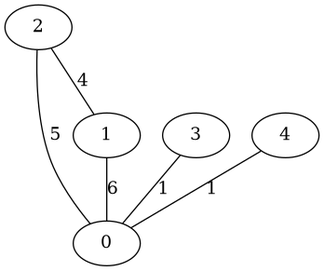
The Graphviz diagram grafo.png in arthuralvesr/Tpa, before a commit. Its source is kept beside it as grafo.dot.
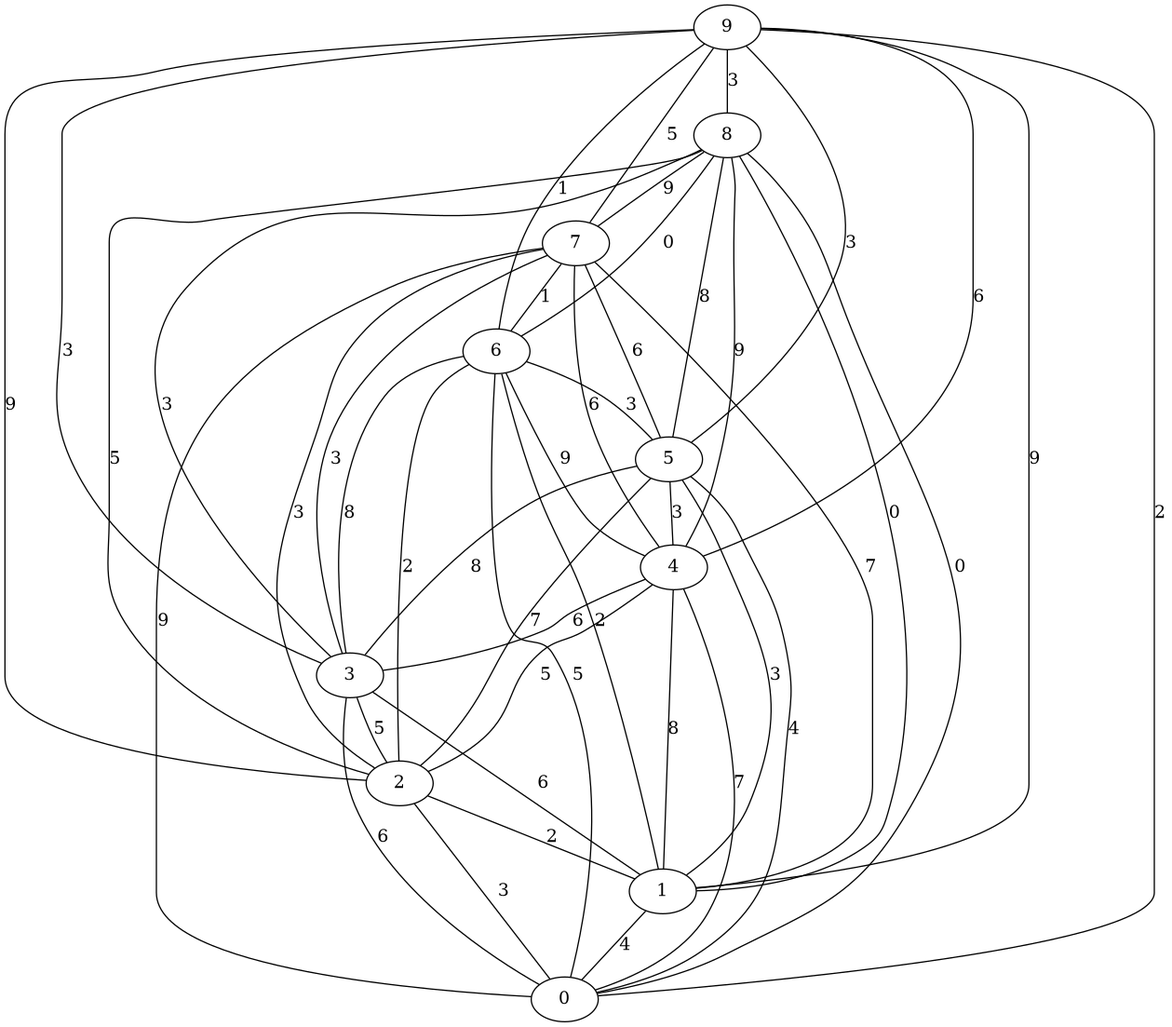
After the commit.

Diff of the diagram source:
```diff
@@ -4,9 +4,54 @@
 	2;
 	3;
 	4;
-	1 -- 0 [label=6, weight=6];
-	2 -- 0 [label=5, weight=5];
-	2 -- 1 [label=4, weight=4];
-	3 -- 0 [label=1, weight=1];
-	4 -- 0 [label=1, weight=1];
+	5;
+	6;
+	7;
+	8;
+	9;
+	1 -- 0 [label=4, weight=4];
+	2 -- 0 [label=3, weight=3];
+	2 -- 1 [label=2, weight=2];
+	3 -- 0 [label=6, weight=6];
+	3 -- 1 [label=6, weight=6];
+	3 -- 2 [label=5, weight=5];
+	4 -- 0 [label=7, weight=7];
+	4 -- 1 [label=8, weight=8];
+	4 -- 2 [label=5, weight=5];
+	4 -- 3 [label=6, weight=6];
+	5 -- 0 [label=4, weight=4];
+	5 -- 1 [label=3, weight=3];
+	5 -- 2 [label=7, weight=7];
+	5 -- 3 [label=8, weight=8];
+	5 -- 4 [label=3, weight=3];
+	6 -- 0 [label=5, weight=5];
+	6 -- 1 [label=2, weight=2];
+	6 -- 2 [label=2, weight=2];
+	6 -- 3 [label=8, weight=8];
+	6 -- 4 [label=9, weight=9];
+	6 -- 5 [label=3, weight=3];
+	7 -- 0 [label=9, weight=9];
+	7 -- 1 [label=7, weight=7];
+	7 -- 2 [label=3, weight=3];
+	7 -- 3 [label=3, weight=3];
+	7 -- 4 [label=6, weight=6];
+	7 -- 5 [label=6, weight=6];
+	7 -- 6 [label=1, weight=1];
+	8 -- 0 [label=0, weight=0];
+	8 -- 1 [label=0, weight=0];
+	8 -- 2 [label=5, weight=5];
+	8 -- 3 [label=3, weight=3];
+	8 -- 4 [label=9, weight=9];
+	8 -- 5 [label=8, weight=8];
+	8 -- 6 [label=0, weight=0];
+	8 -- 7 [label=9, weight=9];
+	9 -- 0 [label=2, weight=2];
+	9 -- 1 [label=9, weight=9];
+	9 -- 2 [label=9, weight=9];
+	9 -- 3 [label=3, weight=3];
+	9 -- 4 [label=6, weight=6];
+	9 -- 5 [label=3, weight=3];
+	9 -- 6 [label=1, weight=1];
+	9 -- 7 [label=5, weight=5];
+	9 -- 8 [label=3, weight=3];
 }
```
